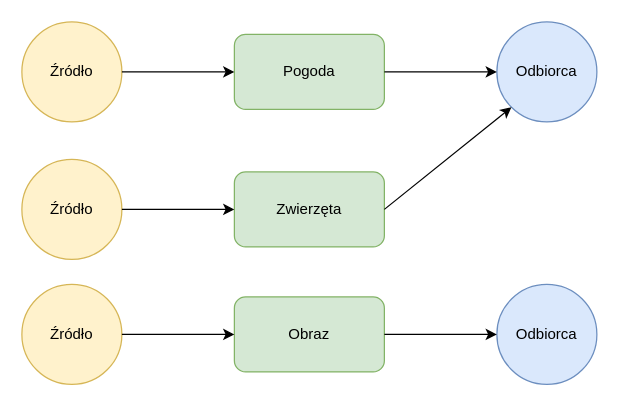
Earlier version of the draw.io diagram page "Źródło i odbiorca" (2 of 6) of Diagrams.drawio (nikitagrygoriev/Blockchain). Source tidied: cells renumbered, new cells numbered last; positions are measured from the earlier drawing's top-left corner, leaving out a move shared by most shapes. Both pictures are drawn from the tidied source at 125%, with x=0, y=0 at pixel (21, 21).
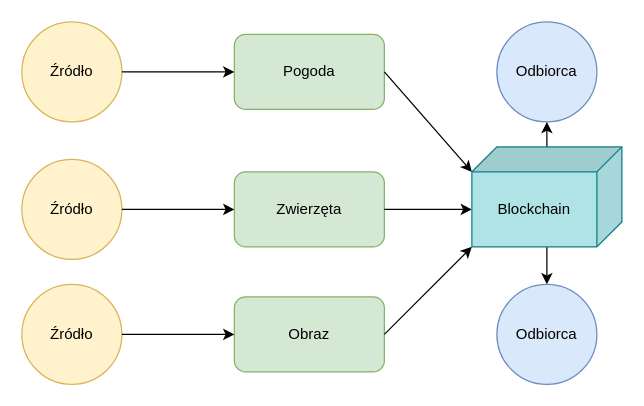
The same page after the edit.

The change refers to these unchanged cells:
```xml
<mxCell id="2" style="ellipse;whiteSpace=wrap;html=1;fillColor=#dae8fc;strokeColor=#6c8ebf;" parent="1" vertex="1">
  <mxGeometry x="380" y="210" width="80" height="80" as="geometry" />
</mxCell>
<mxCell id="3" style="ellipse;whiteSpace=wrap;html=1;fillColor=#dae8fc;strokeColor=#6c8ebf;" parent="1" vertex="1">
  <mxGeometry x="380" width="80" height="80" as="geometry" />
</mxCell>
<mxCell id="4" style="rounded=1;whiteSpace=wrap;html=1;fillColor=#d5e8d4;strokeColor=#82b366;" parent="1" vertex="1">
  <mxGeometry x="170" y="220" width="120" height="60" as="geometry" />
</mxCell>
<mxCell id="5" style="rounded=1;whiteSpace=wrap;html=1;fillColor=#d5e8d4;strokeColor=#82b366;" parent="1" vertex="1">
  <mxGeometry x="170" y="120" width="120" height="60" as="geometry" />
</mxCell>
<mxCell id="6" style="rounded=1;whiteSpace=wrap;html=1;fillColor=#d5e8d4;strokeColor=#82b366;" parent="1" vertex="1">
  <mxGeometry x="170" y="10" width="120" height="60" as="geometry" />
</mxCell>
```

Change to the diagram source:
```diff
@@
-    <mxCell id="13" style="endArrow=classic;html=1;entryX=0;entryY=0.5;entryDx=0;entryDy=0;exitX=1;exitY=0.5;exitDx=0;exitDy=0;" parent="1" edge="1" source="6" target="3">
+    <mxCell id="13" style="endArrow=classic;html=1;entryX=0;entryY=0;entryDx=20;entryDy=120;exitX=1;exitY=0.5;exitDx=0;exitDy=0;entryPerimeter=0;" parent="1" edge="1" source="6" target="26">
       <mxGeometry relative="1" as="geometry" />
     </mxCell>
-    <mxCell id="14" style="endArrow=classic;html=1;entryX=0;entryY=1;entryDx=0;entryDy=0;exitX=1;exitY=0.5;exitDx=0;exitDy=0;" parent="1" edge="1" source="5" target="3">
+    <mxCell id="14" style="endArrow=classic;html=1;entryX=0;entryY=0;entryDx=50;entryDy=120;exitX=1;exitY=0.5;exitDx=0;exitDy=0;entryPerimeter=0;" parent="1" edge="1" source="5" target="26">
       <mxGeometry relative="1" as="geometry" />
     </mxCell>
-    <mxCell id="15" style="endArrow=classic;html=1;entryX=0;entryY=0.5;entryDx=0;entryDy=0;exitX=1;exitY=0.5;exitDx=0;exitDy=0;" parent="1" edge="1" source="4" target="2">
+    <mxCell id="15" style="endArrow=classic;html=1;entryX=1;entryY=1;entryDx=0;entryDy=0;exitX=1;exitY=0.5;exitDx=0;exitDy=0;entryPerimeter=0;" parent="1" edge="1" source="4" target="26">
       <mxGeometry relative="1" as="geometry" />
     </mxCell>
@@
+    <mxCell id="24" style="edgeStyle=none;rounded=0;jettySize=auto;html=1;entryX=0.5;entryY=1;entryDx=0;entryDy=0;" parent="1" edge="1" source="26" target="3">
+      <mxGeometry relative="1" as="geometry" />
+    </mxCell>
+    <mxCell id="25" style="edgeStyle=none;rounded=0;jettySize=auto;html=1;" parent="1" edge="1" source="26" target="2">
+      <mxGeometry relative="1" as="geometry" />
+    </mxCell>
+    <mxCell id="26" value="Blockchain" style="shape=cube;whiteSpace=wrap;html=1;boundedLbl=1;backgroundOutline=1;darkOpacity=0.05;darkOpacity2=0.1;shadow=0;glass=0;sketch=0;size=20;direction=south;fillColor=#b0e3e6;strokeColor=#0e8088;" parent="1" vertex="1">
+      <mxGeometry x="360" y="100" width="120" height="80" as="geometry" />
+    </mxCell>
```
